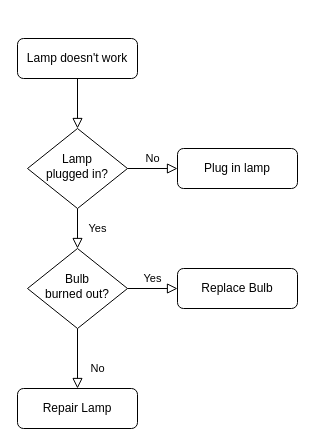
Above: Untitled Diagram.drawio in tsabz/csc_logic_and_design (draw.io), before the change. Source tidied: cells renumbered, new cells numbered last; positions are measured from the earlier drawing's top-left corner, leaving out a move shared by most shapes. Both pictures are drawn from the tidied source at 100%, with x=0, y=0 at pixel (17, 38).
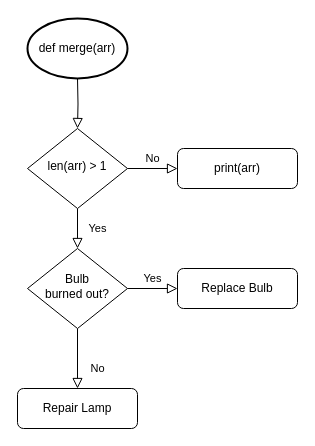
The same diagram, later.

Diff of the diagram source:
```diff
@@
 <mxGraphModel>
   <root>
     <mxCell id="0" />
     <mxCell id="1" parent="0" />
-    <mxCell id="2" style="rounded=0;html=1;jettySize=auto;fontSize=11;endArrow=block;endFill=0;endSize=8;strokeWidth=1;shadow=0;labelBackgroundColor=none;edgeStyle=orthogonalEdgeStyle;" parent="1" edge="1" source="3" target="6">
-      <mxGeometry relative="1" as="geometry" />
+    <mxCell id="2" style="rounded=0;html=1;jettySize=auto;fontSize=11;endArrow=block;endFill=0;endSize=8;strokeWidth=1;shadow=0;labelBackgroundColor=none;edgeStyle=orthogonalEdgeStyle;" parent="1" edge="1" target="6">
+      <mxGeometry relative="1" as="geometry">
+        <mxPoint x="60" y="40" as="sourcePoint" />
+      </mxGeometry>
     </mxCell>
-    <mxCell id="3" value="Lamp doesn't work" style="rounded=1;whiteSpace=wrap;html=1;fontSize=12;glass=0;strokeWidth=1;shadow=0;" parent="1" vertex="1">
-      <mxGeometry width="120" height="40" as="geometry" />
-    </mxCell>
     <mxCell id="4" value="Yes" style="rounded=0;html=1;jettySize=auto;fontSize=11;endArrow=block;endFill=0;endSize=8;strokeWidth=1;shadow=0;labelBackgroundColor=none;edgeStyle=orthogonalEdgeStyle;" parent="1" edge="1" source="6" target="10">
       <mxGeometry y="20" relative="1" as="geometry" />
     </mxCell>
     <mxCell id="5" value="No" style="edgeStyle=orthogonalEdgeStyle;rounded=0;html=1;jettySize=auto;fontSize=11;endArrow=block;endFill=0;endSize=8;strokeWidth=1;shadow=0;labelBackgroundColor=none;" parent="1" edge="1" source="6" target="7">
       <mxGeometry y="10" relative="1" as="geometry" />
     </mxCell>
-    <mxCell id="6" value="Lamp&lt;br&gt;plugged in?" style="rhombus;whiteSpace=wrap;html=1;shadow=0;fontFamily=Helvetica;fontSize=12;align=center;strokeWidth=1;spacing=6;spacingTop=-4;" parent="1" vertex="1">
+    <mxCell id="6" value="len(arr) &amp;gt; 1" style="rhombus;whiteSpace=wrap;html=1;shadow=0;fontFamily=Helvetica;fontSize=12;align=center;strokeWidth=1;spacing=6;spacingTop=-4;" parent="1" vertex="1">
       <mxGeometry x="10" y="90" width="100" height="80" as="geometry" />
     </mxCell>
-    <mxCell id="7" value="Plug in lamp" style="rounded=1;whiteSpace=wrap;html=1;fontSize=12;glass=0;strokeWidth=1;shadow=0;" parent="1" vertex="1">
+    <mxCell id="7" value="print(arr)" style="rounded=1;whiteSpace=wrap;html=1;fontSize=12;glass=0;strokeWidth=1;shadow=0;" parent="1" vertex="1">
       <mxGeometry x="160" y="110" width="120" height="40" as="geometry" />
     </mxCell>
     <mxCell id="8" value="No" style="rounded=0;html=1;jettySize=auto;fontSize=11;endArrow=block;endFill=0;endSize=8;strokeWidth=1;shadow=0;labelBackgroundColor=none;edgeStyle=orthogonalEdgeStyle;" parent="1" edge="1" source="10" target="11">
       <mxGeometry x="0.33" y="20" relative="1" as="geometry" />
     </mxCell>
     <mxCell id="9" value="Yes" style="edgeStyle=orthogonalEdgeStyle;rounded=0;html=1;jettySize=auto;fontSize=11;endArrow=block;endFill=0;endSize=8;strokeWidth=1;shadow=0;labelBackgroundColor=none;" parent="1" edge="1" source="10" target="12">
       <mxGeometry y="10" relative="1" as="geometry" />
     </mxCell>
     <mxCell id="10" value="Bulb&lt;br&gt;burned out?" style="rhombus;whiteSpace=wrap;html=1;shadow=0;fontFamily=Helvetica;fontSize=12;align=center;strokeWidth=1;spacing=6;spacingTop=-4;" parent="1" vertex="1">
       <mxGeometry x="10" y="210" width="100" height="80" as="geometry" />
     </mxCell>
     <mxCell id="11" value="Repair Lamp" style="rounded=1;whiteSpace=wrap;html=1;fontSize=12;glass=0;strokeWidth=1;shadow=0;" parent="1" vertex="1">
       <mxGeometry y="350" width="120" height="40" as="geometry" />
     </mxCell>
     <mxCell id="12" value="Replace Bulb" style="rounded=1;whiteSpace=wrap;html=1;fontSize=12;glass=0;strokeWidth=1;shadow=0;" parent="1" vertex="1">
       <mxGeometry x="160" y="230" width="120" height="40" as="geometry" />
     </mxCell>
+    <mxCell id="13" value="def merge(arr)" style="strokeWidth=2;html=1;shape=mxgraph.flowchart.start_1;whiteSpace=wrap;" parent="1" vertex="1">
+      <mxGeometry x="10" y="-20" width="100" height="60" as="geometry" />
+    </mxCell>
   </root>
 </mxGraphModel>
```
